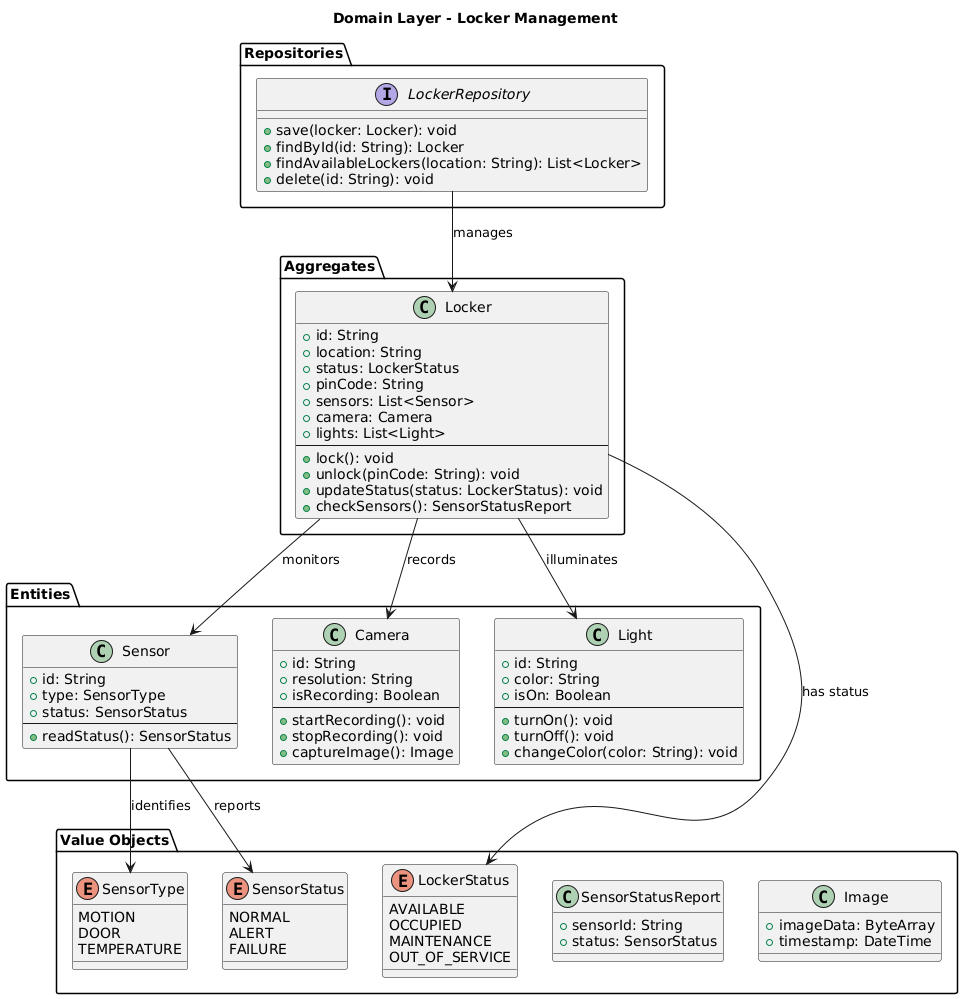
TechZo-1ASI0572-2942/Report keeps this PlantUML diagram as Resources/Chapter-IV/Tactical-Level-Domain-Driven-Design/bounded_locker_domain_layer.png. Above is the earlier version. Its diagram source:
```plantuml
@startuml
title Domain Layer - Locker Management

package "Aggregates" {
    class Locker {
        + id: String
        + location: String
        + status: LockerStatus
        + pinCode: String
        + sensors: List<Sensor>
        + camera: Camera
        + lights: List<Light>
        --
        + lock(): void
        + unlock(pinCode: String): void
        + updateStatus(status: LockerStatus): void
        + checkSensors(): SensorStatusReport
    }
}

package "Entities" {
    class Sensor {
        + id: String
        + type: SensorType
        + status: SensorStatus
        --
        + readStatus(): SensorStatus
    }

    class Camera {
        + id: String
        + resolution: String
        + isRecording: Boolean
        --
        + startRecording(): void
        + stopRecording(): void
        + captureImage(): Image
    }

    class Light {
        + id: String
        + color: String
        + isOn: Boolean
        --
        + turnOn(): void
        + turnOff(): void
        + changeColor(color: String): void
    }
}

package "Value Objects" {
    enum LockerStatus {
        AVAILABLE
        OCCUPIED
        MAINTENANCE
        OUT_OF_SERVICE
    }

    enum SensorType {
        MOTION
        DOOR
        TEMPERATURE
    }

    enum SensorStatus {
        NORMAL
        ALERT
        FAILURE
    }

    class SensorStatusReport {
        + sensorId: String
        + status: SensorStatus
    }

    class Image {
        + imageData: ByteArray
        + timestamp: DateTime
    }
}

package "Repositories" {
    interface LockerRepository {
        + save(locker: Locker): void
        + findById(id: String): Locker
        + findAvailableLockers(location: String): List<Locker>
        + delete(id: String): void
    }
}

Locker --> Sensor : monitors
Locker --> Camera : records
Locker --> Light : illuminates
Sensor --> SensorType : identifies
Sensor --> SensorStatus : reports
Locker --> LockerStatus : has status
LockerRepository --> Locker : manages
@enduml
```
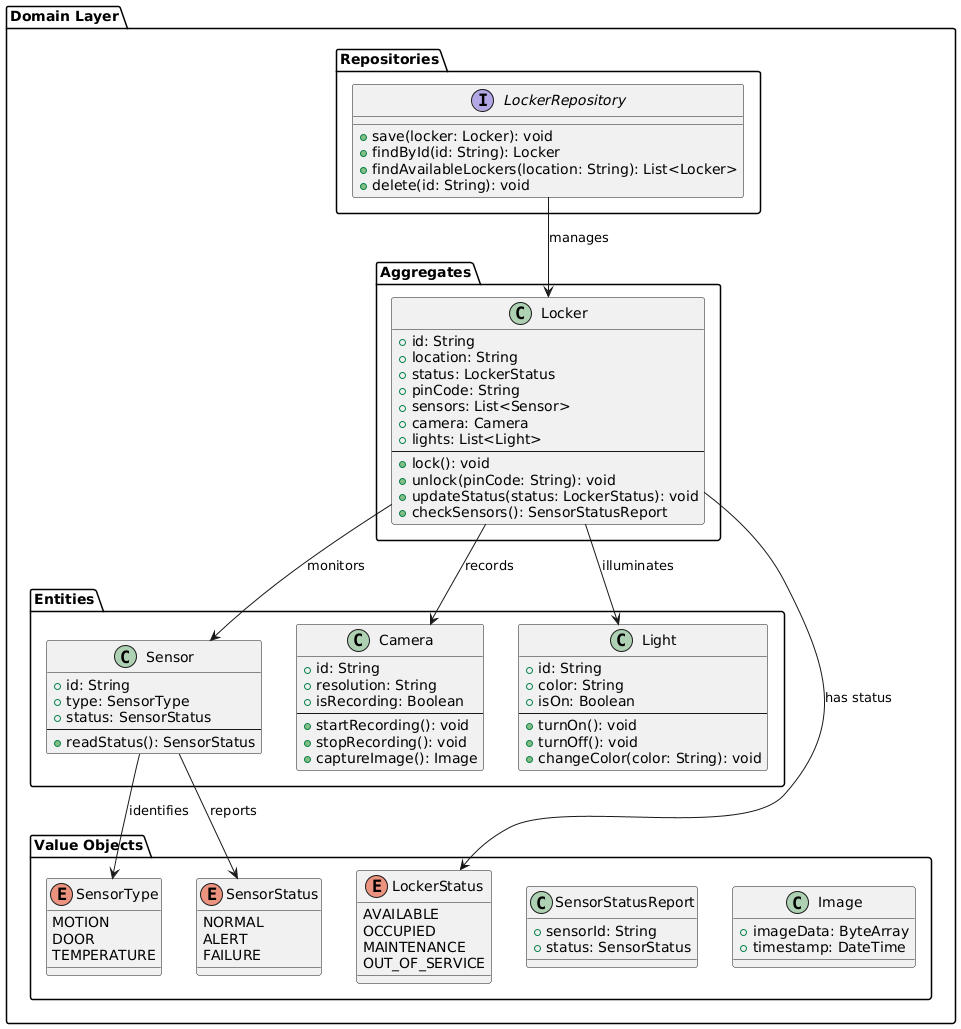
The same diagram one commit later.

Commit message:
docs: adjust bounded context exchange and locker sections

What changed in the source:
```diff
@@ -1,6 +1,5 @@
 @startuml
-title Domain Layer - Locker Management
-
+package "Domain Layer"{
 package "Aggregates" {
     class Locker {
         + id: String
@@ -87,6 +86,7 @@
         + delete(id: String): void
     }
 }
+}
 
 Locker --> Sensor : monitors
 Locker --> Camera : records
```
